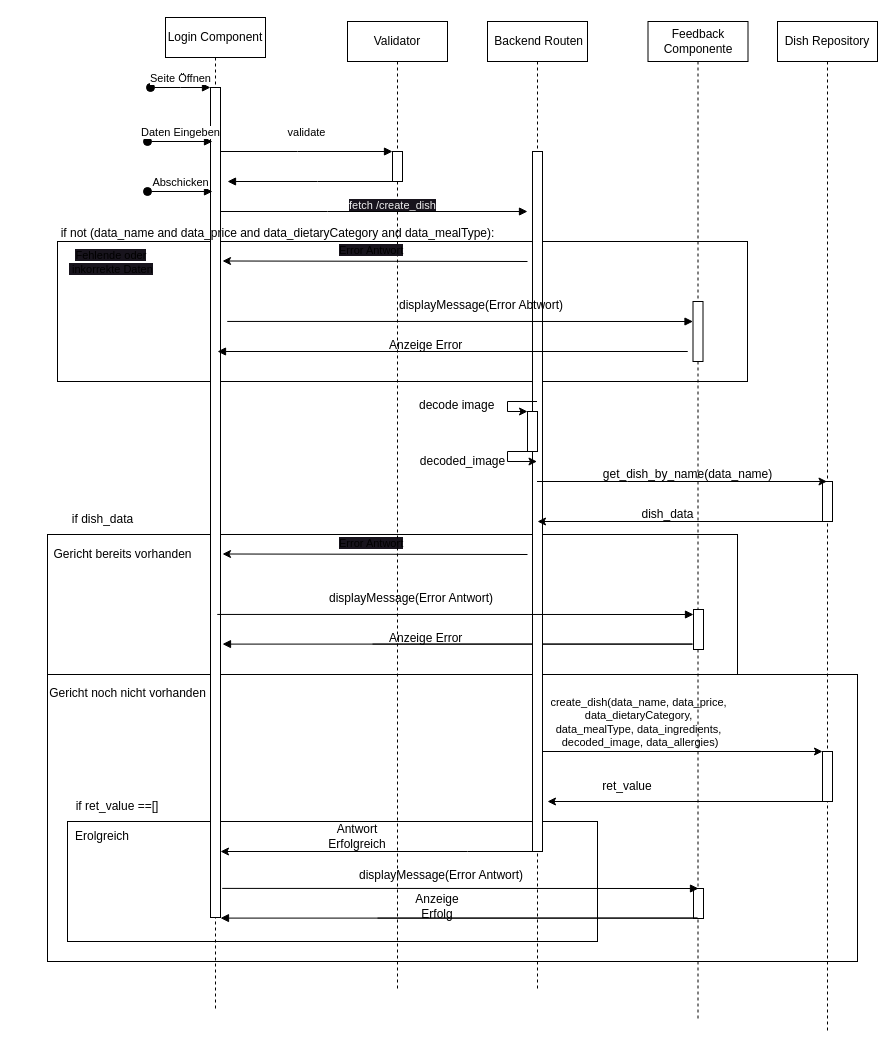
The draw.io diagram Dokumentation/Sequenzdiagramme/Gerichte_erstellen.drawio in Zensurversuch/Kantinerado, before the edit. Source tidied: cells renumbered, new cells numbered last; positions are measured from the earlier drawing's top-left corner, leaving out a move shared by most shapes. Both pictures are drawn from the tidied source at 100%, with x=0, y=0 at pixel (37, 17).
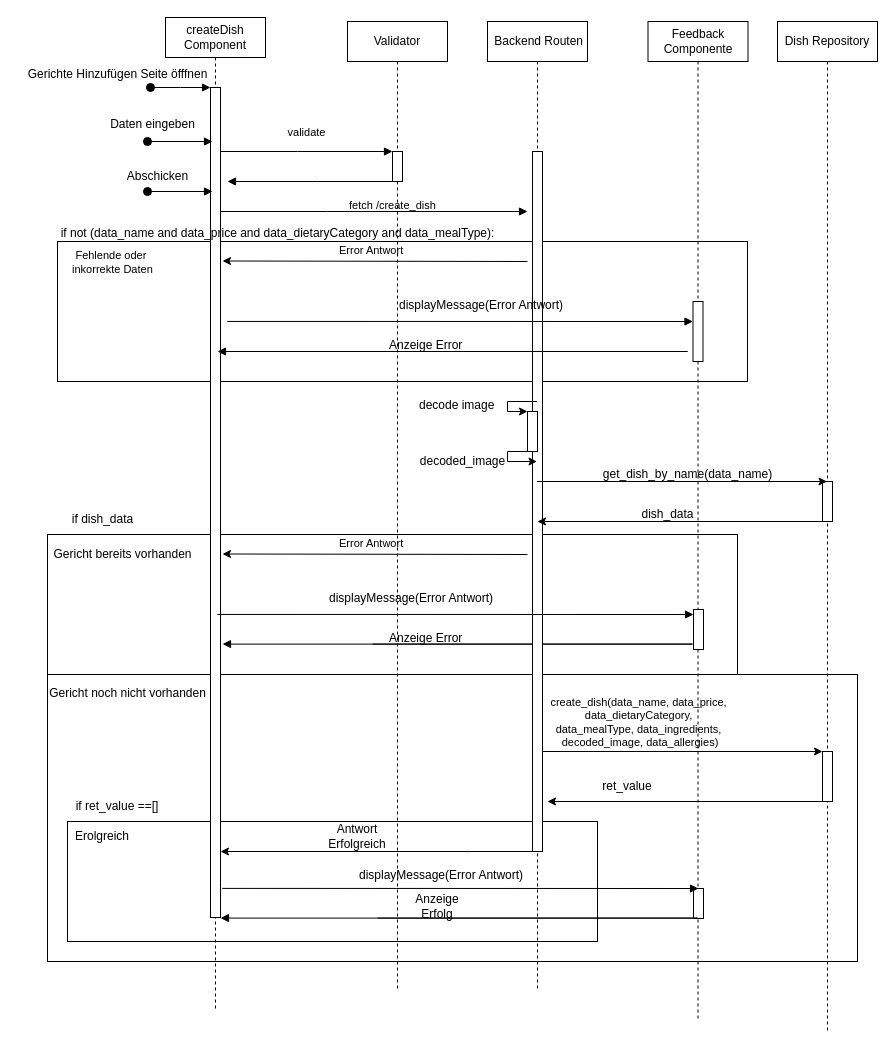
Above is the later version.

The change refers to these unchanged cells:
```xml
<mxCell id="7" style="html=1;points=[];perimeter=orthogonalPerimeter;outlineConnect=0;targetShapes=umlLifeline;portConstraint=eastwest;newEdgeStyle={&quot;edgeStyle&quot;:&quot;elbowEdgeStyle&quot;,&quot;elbow&quot;:&quot;vertical&quot;,&quot;curved&quot;:0,&quot;rounded&quot;:0};" parent="6" vertex="1">
  <mxGeometry x="45" y="70" width="10" height="830" as="geometry" />
</mxCell>
```

The edit, as a diff of the source:
```diff
@@
-    <mxCell id="6" value="Login Component" style="shape=umlLifeline;perimeter=lifelinePerimeter;whiteSpace=wrap;html=1;newEdgeStyle={&quot;edgeStyle&quot;:&quot;elbowEdgeStyle&quot;,&quot;elbow&quot;:&quot;vertical&quot;,&quot;curved&quot;:0,&quot;rounded&quot;:0};" parent="1" vertex="1">
+    <mxCell id="6" value="createDish Component" style="shape=umlLifeline;perimeter=lifelinePerimeter;whiteSpace=wrap;html=1;newEdgeStyle={&quot;edgeStyle&quot;:&quot;elbowEdgeStyle&quot;,&quot;elbow&quot;:&quot;vertical&quot;,&quot;curved&quot;:0,&quot;rounded&quot;:0};" parent="1" vertex="1">
       <mxGeometry x="128" width="100" height="994" as="geometry" />
     </mxCell>
@@
-    <mxCell id="8" value="Seite Öffnen" style="html=1;verticalAlign=bottom;startArrow=oval;endArrow=block;startSize=8;edgeStyle=elbowEdgeStyle;elbow=vertical;curved=0;rounded=0;" parent="6" edge="1" target="7">
+    <mxCell id="8" style="html=1;verticalAlign=bottom;startArrow=oval;endArrow=block;startSize=8;edgeStyle=elbowEdgeStyle;elbow=vertical;curved=0;rounded=0;" parent="6" edge="1" target="7">
       <mxGeometry relative="1" as="geometry">
         <mxPoint x="-15" y="70" as="sourcePoint" />
       </mxGeometry>
     </mxCell>
@@
-    <mxCell id="11" value="&lt;div style=&quot;text-align: center;&quot;&gt;&lt;span style=&quot;font-size: 11px; text-wrap: nowrap; background-color: rgb(24, 20, 29);&quot;&gt;Error Antwort&lt;/span&gt;&lt;/div&gt;" style="text;whiteSpace=wrap;html=1;" parent="6" vertex="1">
+    <mxCell id="11" value="&lt;div style=&quot;text-align: center;&quot;&gt;&lt;span style=&quot;font-size: 11px; text-wrap: nowrap;&quot;&gt;Error Antwort&lt;/span&gt;&lt;/div&gt;" style="text;whiteSpace=wrap;html=1;" parent="6" vertex="1">
       <mxGeometry x="172" y="512" width="70" height="40" as="geometry" />
     </mxCell>
@@
-    <mxCell id="18" value="Daten Eingeben" style="html=1;verticalAlign=bottom;startArrow=oval;endArrow=block;startSize=8;edgeStyle=elbowEdgeStyle;elbow=vertical;curved=0;rounded=0;" parent="1" edge="1">
+    <mxCell id="18" style="html=1;verticalAlign=bottom;startArrow=oval;endArrow=block;startSize=8;edgeStyle=elbowEdgeStyle;elbow=vertical;curved=0;rounded=0;" parent="1" edge="1">
       <mxGeometry relative="1" as="geometry">
         <mxPoint x="110" y="124" as="sourcePoint" />
         <mxPoint x="175" y="124" as="targetPoint" />
       </mxGeometry>
     </mxCell>
-    <mxCell id="19" value="Abschicken" style="html=1;verticalAlign=bottom;startArrow=oval;endArrow=block;startSize=8;edgeStyle=elbowEdgeStyle;elbow=vertical;curved=0;rounded=0;" parent="1" edge="1">
+    <mxCell id="19" style="html=1;verticalAlign=bottom;startArrow=oval;endArrow=block;startSize=8;edgeStyle=elbowEdgeStyle;elbow=vertical;curved=0;rounded=0;" parent="1" edge="1">
       <mxGeometry relative="1" as="geometry">
         <mxPoint x="110" y="174" as="sourcePoint" />
         <mxPoint x="175" y="174" as="targetPoint" />
       </mxGeometry>
     </mxCell>
@@
-    <mxCell id="23" value="&lt;span style=&quot;color: rgb(240, 240, 240); font-family: Helvetica; font-size: 11px; font-style: normal; font-variant-ligatures: normal; font-variant-caps: normal; font-weight: 400; letter-spacing: normal; orphans: 2; text-align: center; text-indent: 0px; text-transform: none; widows: 2; word-spacing: 0px; -webkit-text-stroke-width: 0px; white-space: nowrap; background-color: rgb(24, 20, 29); text-decoration-thickness: initial; text-decoration-style: initial; text-decoration-color: initial; display: inline !important; float: none;&quot;&gt;fetch /create_dish&lt;/span&gt;" style="text;whiteSpace=wrap;html=1;" parent="1" vertex="1">
+    <mxCell id="23" value="&lt;span style=&quot;font-family: Helvetica; font-size: 11px; font-style: normal; font-variant-ligatures: normal; font-variant-caps: normal; font-weight: 400; letter-spacing: normal; orphans: 2; text-align: center; text-indent: 0px; text-transform: none; widows: 2; word-spacing: 0px; -webkit-text-stroke-width: 0px; white-space: nowrap; text-decoration-thickness: initial; text-decoration-style: initial; text-decoration-color: initial; float: none; display: inline !important;&quot;&gt;fetch /create_dish&lt;/span&gt;" style="text;whiteSpace=wrap;html=1;" parent="1" vertex="1">
       <mxGeometry x="310" y="174" width="70" height="40" as="geometry" />
     </mxCell>
-    <mxCell id="24" value="&lt;div style=&quot;text-align: center;&quot;&gt;&lt;span style=&quot;font-size: 11px; text-wrap: nowrap; background-color: rgb(24, 20, 29);&quot;&gt;Fehlende oder&lt;/span&gt;&lt;/div&gt;&lt;div style=&quot;text-align: center;&quot;&gt;&lt;span style=&quot;font-size: 11px; text-wrap: nowrap; background-color: rgb(24, 20, 29);&quot;&gt;&amp;nbsp;inkorrekte Daten&lt;/span&gt;&lt;/div&gt;" style="text;whiteSpace=wrap;html=1;" parent="1" vertex="1">
+    <mxCell id="24" value="&lt;div style=&quot;text-align: center;&quot;&gt;&lt;span style=&quot;font-size: 11px; text-wrap: nowrap;&quot;&gt;Fehlende oder&lt;/span&gt;&lt;/div&gt;&lt;div style=&quot;text-align: center;&quot;&gt;&lt;span style=&quot;font-size: 11px; text-wrap: nowrap;&quot;&gt;&amp;nbsp;inkorrekte Daten&lt;/span&gt;&lt;/div&gt;" style="text;whiteSpace=wrap;html=1;" parent="1" vertex="1">
       <mxGeometry x="30" y="224" width="70" height="40" as="geometry" />
     </mxCell>
@@
-    <mxCell id="26" value="&lt;div style=&quot;text-align: center;&quot;&gt;&lt;span style=&quot;font-size: 11px; text-wrap: nowrap; background-color: rgb(24, 20, 29);&quot;&gt;Error Antwort&lt;/span&gt;&lt;/div&gt;" style="text;whiteSpace=wrap;html=1;" parent="1" vertex="1">
+    <mxCell id="26" value="&lt;div style=&quot;text-align: center;&quot;&gt;&lt;span style=&quot;font-size: 11px; text-wrap: nowrap;&quot;&gt;Error Antwort&lt;/span&gt;&lt;/div&gt;" style="text;whiteSpace=wrap;html=1;" parent="1" vertex="1">
       <mxGeometry x="300" y="219" width="70" height="40" as="geometry" />
     </mxCell>
@@
-    <mxCell id="28" value="&lt;div style=&quot;text-align: center;&quot;&gt;displayMessage(Error Abtwort)&lt;/div&gt;" style="text;whiteSpace=wrap;html=1;" parent="1" vertex="1">
+    <mxCell id="28" value="&lt;div style=&quot;text-align: center;&quot;&gt;displayMessage(Error Antwort)&lt;/div&gt;" style="text;whiteSpace=wrap;html=1;" parent="1" vertex="1">
       <mxGeometry x="360" y="274" width="190" height="40" as="geometry" />
     </mxCell>
@@
+    <mxCell id="64" value="Gerichte Hinzufügen Seite öfffnen" style="text;html=1;align=center;verticalAlign=middle;strokeColor=none;fillColor=none;" parent="1" vertex="1">
+      <mxGeometry x="-20" y="42" width="200" height="30" as="geometry" />
+    </mxCell>
+    <mxCell id="65" value="Daten eingeben" style="text;html=1;align=center;verticalAlign=middle;strokeColor=none;fillColor=none;" parent="1" vertex="1">
+      <mxGeometry x="60" y="92" width="110" height="30" as="geometry" />
+    </mxCell>
+    <mxCell id="66" value="Abschicken" style="text;html=1;align=center;verticalAlign=middle;strokeColor=none;fillColor=none;" parent="1" vertex="1">
+      <mxGeometry x="80" y="144" width="80" height="30" as="geometry" />
+    </mxCell>
```
